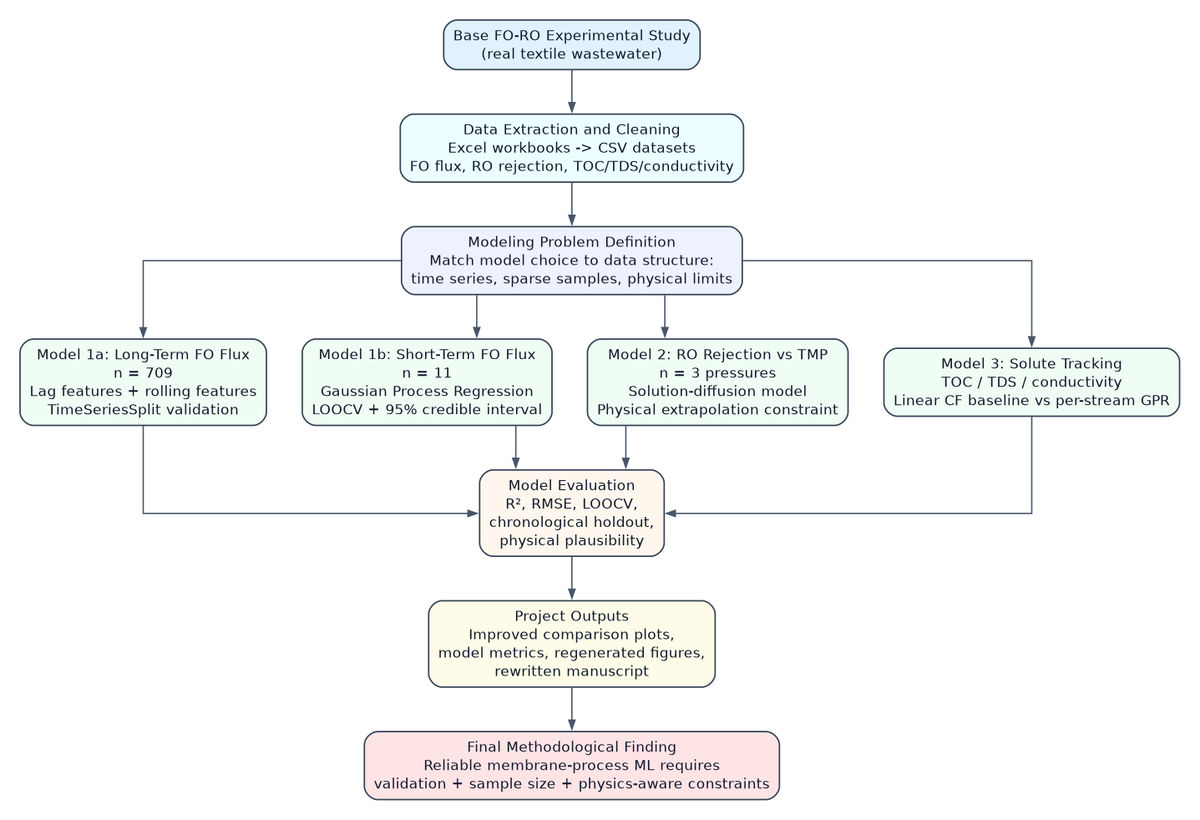
Before: plots/methodology_flow_diagram.png, a diagram exported from Graphviz (DaDicaso/FML_ResearchPaper). Its source is kept beside it as plots/methodology_flow_diagram.dot.
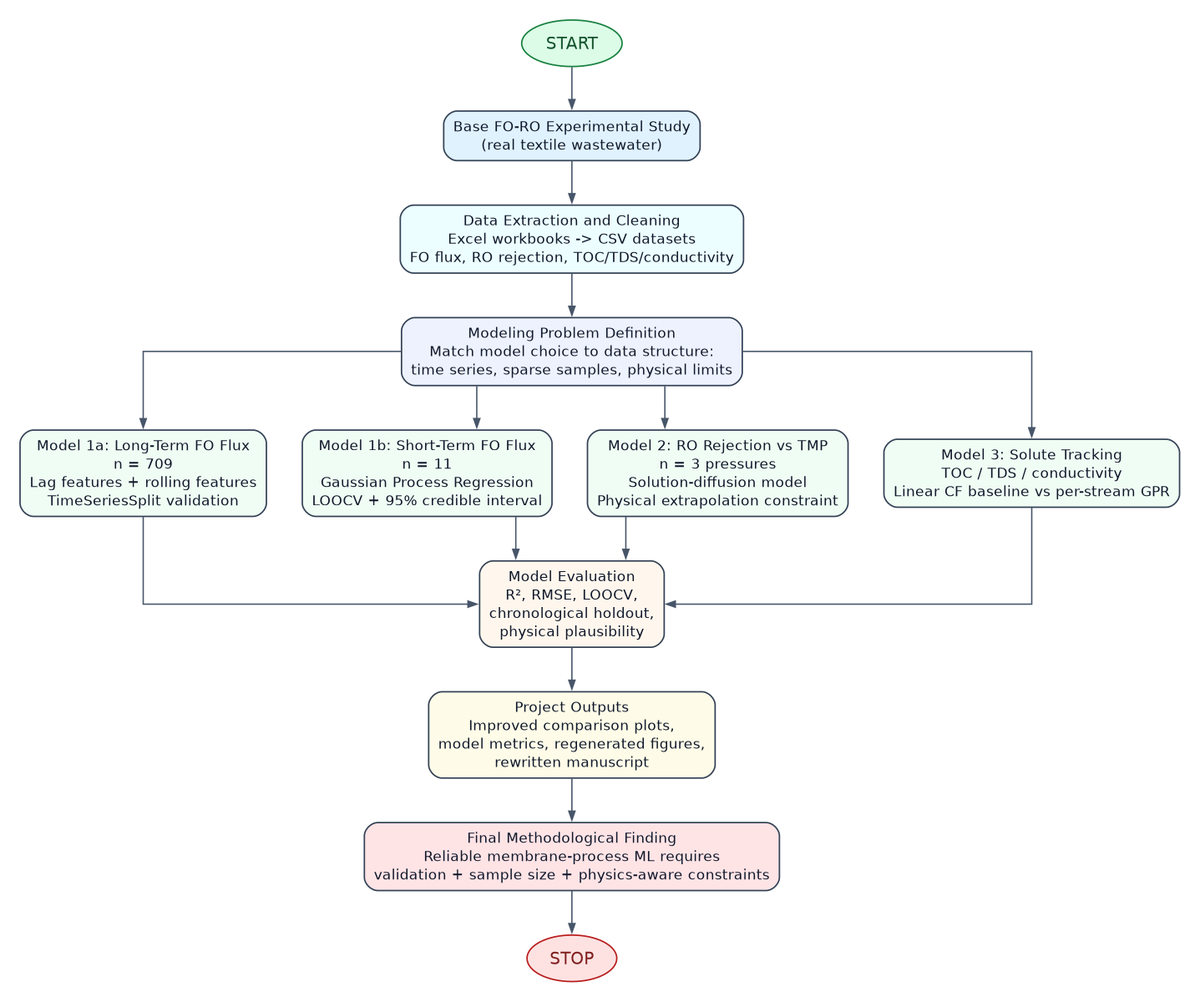
After the commit.

The edit, as a diff of the source:
```diff
@@ -27,6 +27,15 @@
     fontcolor="#334155",
     arrowsize=0.8,
     penwidth=1.2
+  ];
+
+  begin [
+    label="START",
+    shape=oval,
+    fillcolor="#dcfce7",
+    color="#15803d",
+    fontcolor="#14532d",
+    fontsize=15
   ];
 
   start [
@@ -79,6 +88,16 @@
     fillcolor="#ffe4e6"
   ];
 
+  stop [
+    label="STOP",
+    shape=oval,
+    fillcolor="#fee2e2",
+    color="#b91c1c",
+    fontcolor="#7f1d1d",
+    fontsize=15
+  ];
+
+  begin -> start;
   start -> data;
   data -> problem;
   problem -> m1a;
@@ -91,4 +110,5 @@
   m3 -> eval;
   eval -> outputs;
   outputs -> conclusion;
+  conclusion -> stop;
 }
```
